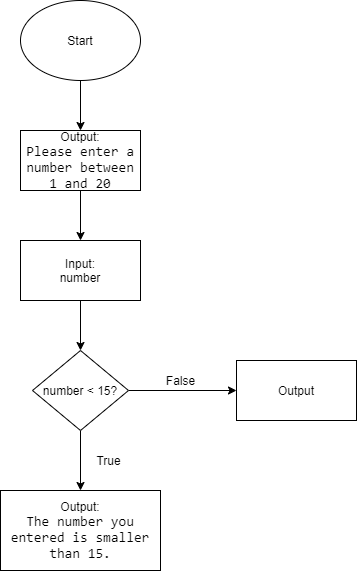
dskleoshrw/get keeps this draw.io diagram as lab3_10.png. Above is the earlier version. Source tidied: cells renumbered, new cells last; positions are measured from the earlier drawing's top-left corner, leaving out a move shared by most shapes.
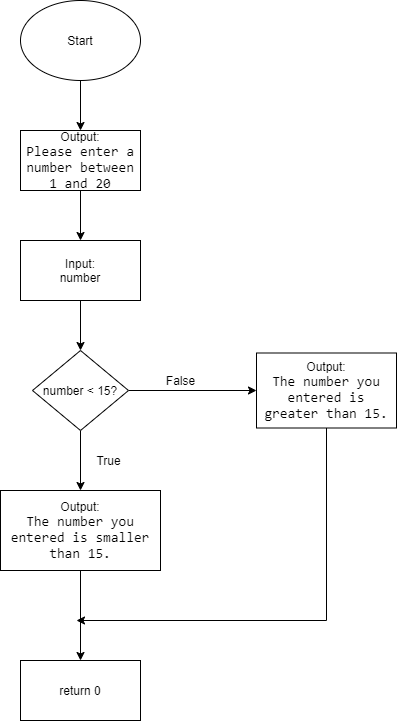
The same diagram one commit later.

Diff of the diagram source:
```diff
@@ -29,17 +29,31 @@
     <mxCell id="10" value="number &amp;lt; 15?" style="rhombus;whiteSpace=wrap;html=1;" parent="1" vertex="1">
       <mxGeometry x="32" y="350" width="96" height="80" as="geometry" />
     </mxCell>
+    <mxCell id="15" style="edgeStyle=orthogonalEdgeStyle;rounded=0;jettySize=auto;html=1;" parent="1" edge="1" source="11" target="17">
+      <mxGeometry relative="1" as="geometry" />
+    </mxCell>
     <mxCell id="11" value="Output:&lt;br&gt;&lt;span style=&quot;font-size: 10.5pt ; font-family: &amp;#34;consolas&amp;#34;&quot;&gt;The number you entered is smaller than 15.&lt;/span&gt;" style="whiteSpace=wrap;html=1;" parent="1" vertex="1">
       <mxGeometry y="490" width="160" height="80" as="geometry" />
     </mxCell>
     <mxCell id="12" value="True" style="text;html=1;align=center;verticalAlign=middle;" parent="1" vertex="1">
       <mxGeometry x="88" y="450" width="40" height="20" as="geometry" />
     </mxCell>
+    <mxCell id="16" style="edgeStyle=orthogonalEdgeStyle;rounded=0;jettySize=auto;html=1;exitX=0.5;exitY=1;exitDx=0;exitDy=0;" parent="1" edge="1" source="13">
+      <mxGeometry relative="1" as="geometry">
+        <mxPoint x="76" y="620" as="targetPoint" />
+        <Array as="points">
+          <mxPoint x="326" y="620" />
+        </Array>
+      </mxGeometry>
+    </mxCell>
-    <mxCell id="13" value="Output" style="whiteSpace=wrap;html=1;" parent="1" vertex="1">
-      <mxGeometry x="236" y="360" width="120" height="60" as="geometry" />
+    <mxCell id="13" value="Output:&lt;br&gt;&lt;span style=&quot;font-size: 10.5pt ; font-family: &amp;#34;consolas&amp;#34;&quot;&gt;The number you entered is greater than 15.&lt;/span&gt;" style="whiteSpace=wrap;html=1;" parent="1" vertex="1">
+      <mxGeometry x="256" y="352.5" width="140" height="75" as="geometry" />
     </mxCell>
     <mxCell id="14" value="False" style="text;html=1;align=center;verticalAlign=middle;" parent="1" vertex="1">
       <mxGeometry x="160" y="370" width="40" height="20" as="geometry" />
     </mxCell>
+    <mxCell id="17" value="return 0" style="whiteSpace=wrap;html=1;" parent="1" vertex="1">
+      <mxGeometry x="20" y="660" width="120" height="60" as="geometry" />
+    </mxCell>
   </root>
 </mxGraphModel>
```
